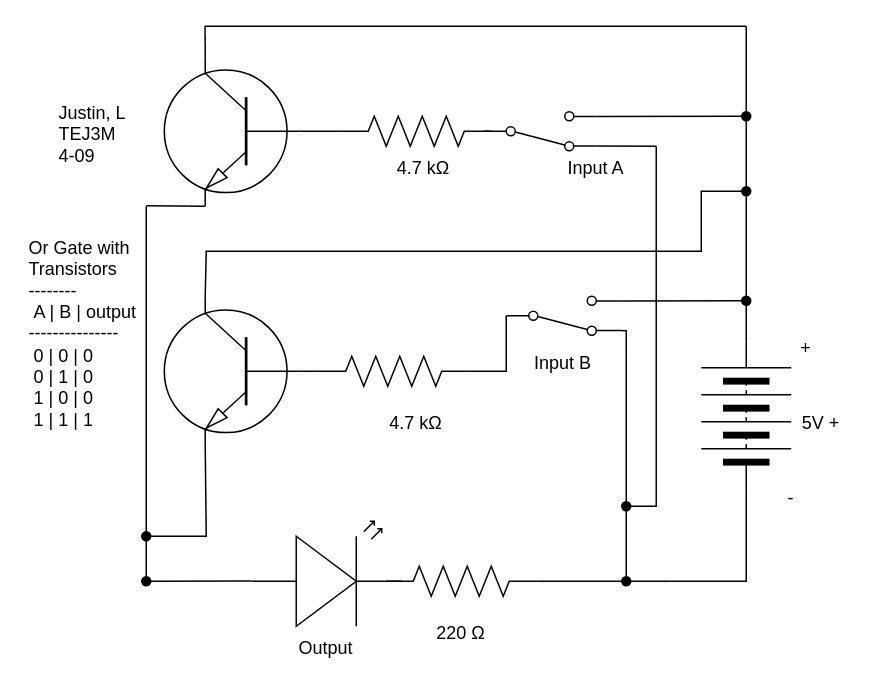
Before: Unit-4-09/Schematic-4-09.drawio in andre-deveau/Unit-4-TEJ3M, a draw.io diagram. Source tidied: cells renumbered, new cells numbered last; positions are measured from the earlier drawing's top-left corner, leaving out a move shared by most shapes. Both pictures are drawn from the tidied source at 150%, with x=0, y=0 at pixel (26, 26).
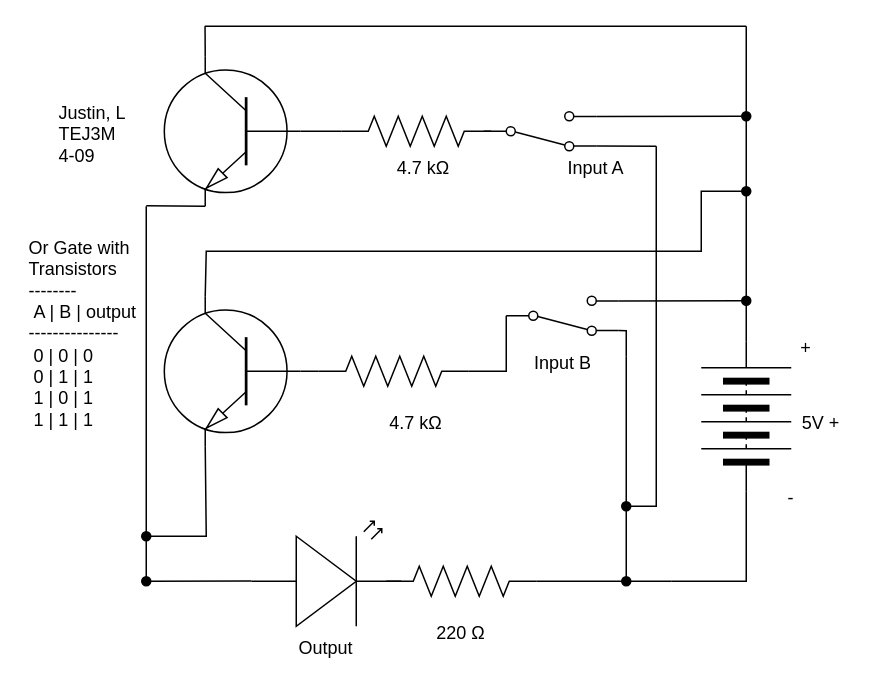
Above is the later version.

Change to the diagram source:
```diff
@@
-    <mxCell id="19" value="Or Gate with Transistors&lt;br&gt;--------&lt;br&gt;&amp;nbsp;A | B | output&lt;br&gt;---------------&lt;br&gt;&amp;nbsp;0 | 0 | 0&lt;br&gt;&amp;nbsp;0 | 1 | 0&lt;br&gt;&amp;nbsp;1 | 0 | 0&lt;br&gt;&amp;nbsp;1 | 1 | 1" style="text;strokeColor=none;align=left;fillColor=none;html=1;verticalAlign=middle;whiteSpace=wrap;rounded=0;" parent="1" vertex="1">
+    <mxCell id="19" value="Or Gate with Transistors&lt;br&gt;--------&lt;br&gt;&amp;nbsp;A | B | output&lt;br&gt;---------------&lt;br&gt;&amp;nbsp;0 | 0 | 0&lt;br&gt;&amp;nbsp;0 | 1 | 1&lt;br&gt;&amp;nbsp;1 | 0 | 1&lt;br&gt;&amp;nbsp;1 | 1 | 1" style="text;strokeColor=none;align=left;fillColor=none;html=1;verticalAlign=middle;whiteSpace=wrap;rounded=0;" parent="1" vertex="1">
       <mxGeometry y="190" width="80" height="30" as="geometry" />
     </mxCell>
```
